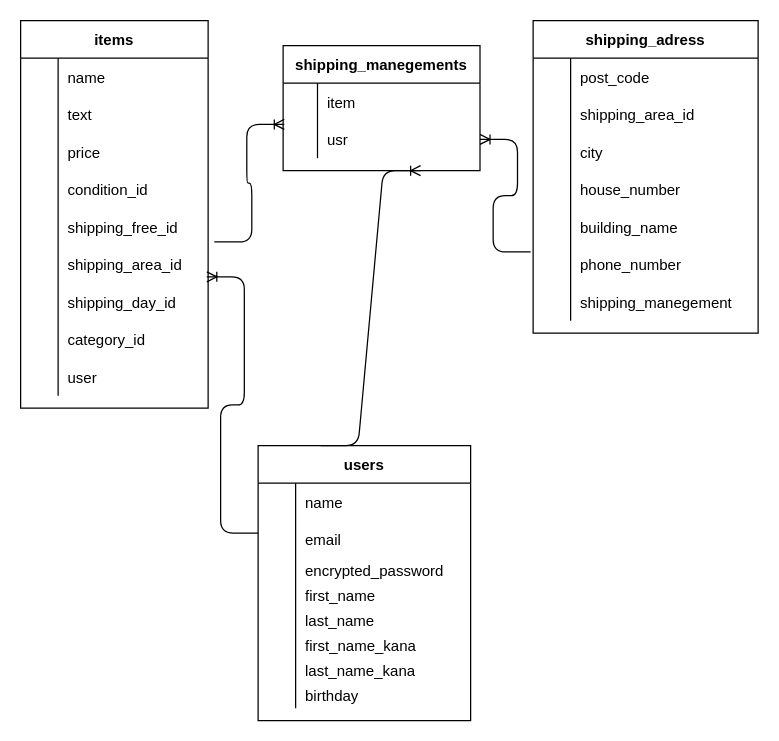
Above: test.dio in protein0917/furima-53054 (draw.io), before the change. Source tidied: cells renumbered, new cells numbered last; positions are measured from the earlier drawing's top-left corner, leaving out a move shared by most shapes. Both pictures are drawn from the tidied source at 125%, with x=0, y=0 at pixel (20, 20).
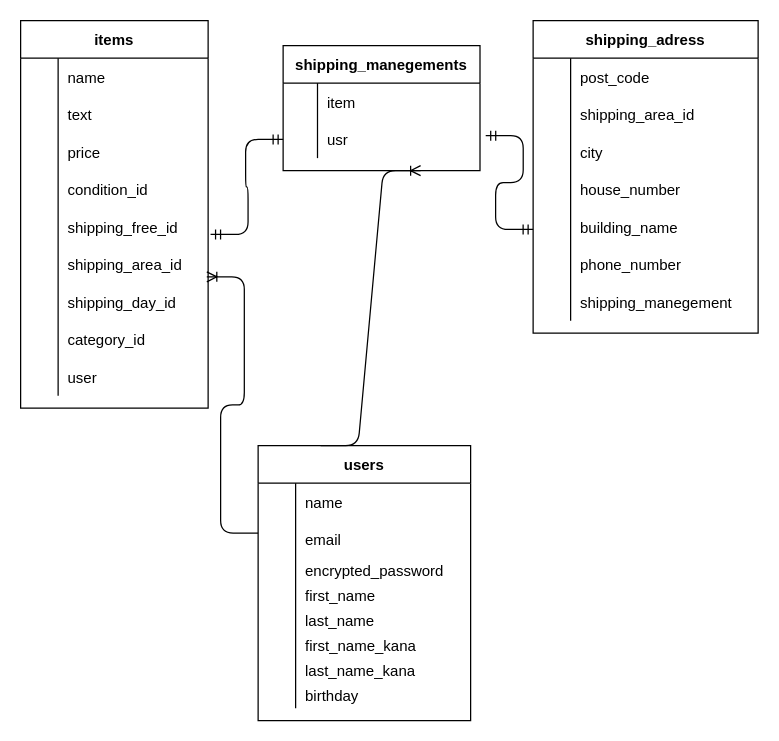
Above is the later version.

Unchanged cells that the change refers to:
```xml
<mxCell id="40" style="shape=partialRectangle;fillColor=none;top=0;left=0;bottom=0;right=0;points=[[0,0.5],[1,0.5]];portConstraint=eastwest;" parent="27" vertex="1">
  <mxGeometry y="150" width="150" height="30" as="geometry" />
</mxCell>
<mxCell id="43" style="shape=partialRectangle;fillColor=none;top=0;left=0;bottom=0;right=0;points=[[0,0.5],[1,0.5]];portConstraint=eastwest;" parent="27" vertex="1">
  <mxGeometry y="180" width="150" height="30" as="geometry" />
</mxCell>
<mxCell id="68" style="shape=partialRectangle;fillColor=none;top=0;left=0;bottom=0;right=0;points=[[0,0.5],[1,0.5]];portConstraint=eastwest;" parent="55" vertex="1">
  <mxGeometry y="150" width="180" height="30" as="geometry" />
</mxCell>
<mxCell id="71" style="shape=partialRectangle;fillColor=none;top=0;left=0;bottom=0;right=0;points=[[0,0.5],[1,0.5]];portConstraint=eastwest;" parent="55" vertex="1">
  <mxGeometry y="180" width="180" height="30" as="geometry" />
</mxCell>
<mxCell id="82" style="shape=partialRectangle;fillColor=none;top=0;left=0;bottom=0;right=0;points=[[0,0.5],[1,0.5]];portConstraint=eastwest;" parent="78" vertex="1">
  <mxGeometry y="60" width="157.5" height="30" as="geometry" />
</mxCell>
```

Diff of the diagram source:
```diff
@@
-    <mxCell id="86" style="edgeStyle=entityRelationEdgeStyle;fontSize=12;html=1;endArrow=ERoneToMany;exitX=1.033;exitY=-0.1;exitDx=0;exitDy=0;exitPerimeter=0;entryX=0.006;entryY=0.1;entryDx=0;entryDy=0;entryPerimeter=0;" parent="1" edge="1" source="43" target="82">
-      <mxGeometry relative="1" as="geometry" />
-    </mxCell>
-    <mxCell id="87" style="edgeStyle=entityRelationEdgeStyle;fontSize=12;html=1;endArrow=ERoneToMany;exitX=-0.011;exitY=0.167;exitDx=0;exitDy=0;exitPerimeter=0;" parent="1" edge="1" source="71" target="82">
-      <mxGeometry relative="1" as="geometry" />
-    </mxCell>
+    <mxCell id="88" style="edgeStyle=entityRelationEdgeStyle;fontSize=12;html=1;endArrow=ERmandOne;startArrow=ERmandOne;exitX=1.013;exitY=0.7;exitDx=0;exitDy=0;exitPerimeter=0;" parent="1" edge="1" source="40" target="82">
+      <mxGeometry relative="1" as="geometry" />
+    </mxCell>
+    <mxCell id="89" style="edgeStyle=entityRelationEdgeStyle;fontSize=12;html=1;endArrow=ERmandOne;startArrow=ERmandOne;entryX=0;entryY=0.567;entryDx=0;entryDy=0;entryPerimeter=0;exitX=1.029;exitY=0.4;exitDx=0;exitDy=0;exitPerimeter=0;" parent="1" edge="1" source="82" target="68">
+      <mxGeometry relative="1" as="geometry" />
+    </mxCell>
```
